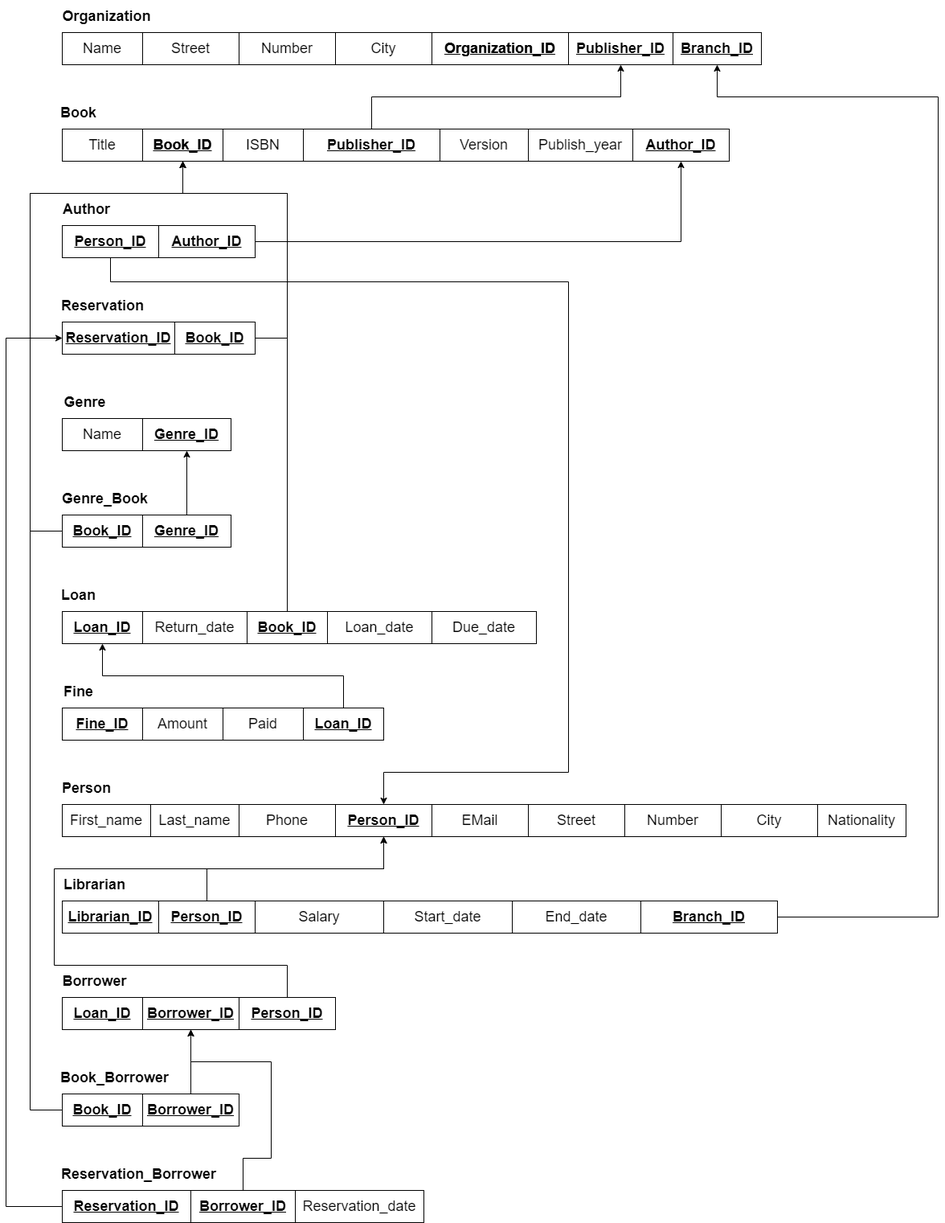
Above: Relational_Model/Relational Model - 3NF.png in YouAndMEME/sose23-database (draw.io), before the change. Source tidied: cells renumbered, new cells last; positions are measured from the earlier drawing's top-left corner, leaving out a move shared by most shapes.
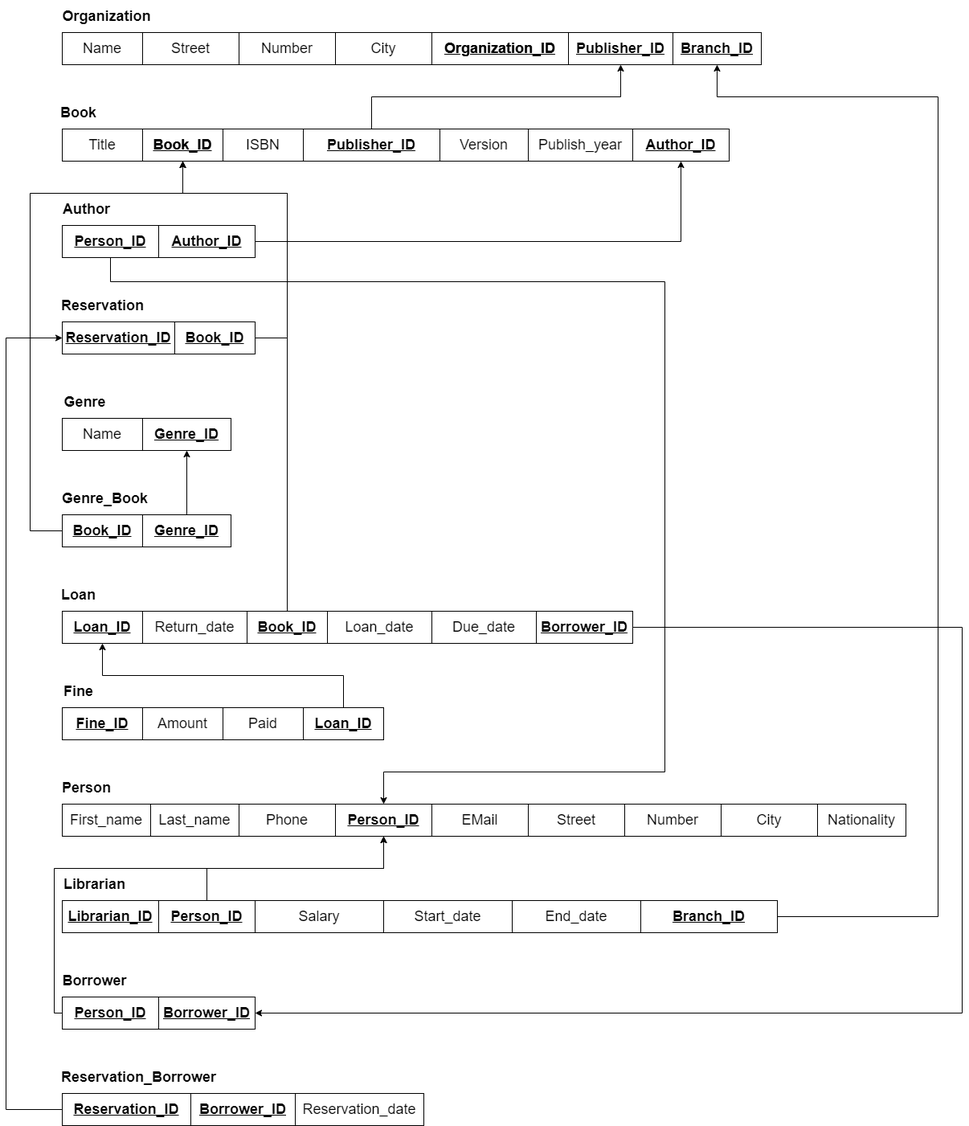
The same diagram one commit later.

Diff of the diagram source:
```diff
@@ -141,7 +141,7 @@
       <mxGeometry x="70" y="1120" width="120" height="40" as="geometry" />
     </mxCell>
     <mxCell id="41" value="Borrower_ID" style="whiteSpace=wrap;html=1;align=center;strokeColor=default;fontSize=18;fillColor=none;fontStyle=5;" parent="1" vertex="1">
-      <mxGeometry x="170" y="1240" width="120" height="40" as="geometry" />
+      <mxGeometry x="190" y="1240" width="120" height="40" as="geometry" />
     </mxCell>
     <mxCell id="42" style="edgeStyle=orthogonalEdgeStyle;rounded=0;jettySize=auto;html=1;entryX=0.5;entryY=1;entryDx=0;entryDy=0;fontSize=18;" parent="1" edge="1" source="43" target="14">
       <mxGeometry relative="1" as="geometry">
@@ -154,72 +154,37 @@
     <mxCell id="43" value="&lt;b&gt;Person_ID&lt;/b&gt;" style="whiteSpace=wrap;html=1;align=center;strokeColor=default;fontSize=18;fillColor=none;fontStyle=4;" parent="1" vertex="1">
       <mxGeometry x="190" y="1120" width="120" height="40" as="geometry" />
     </mxCell>
-    <mxCell id="44" style="edgeStyle=orthogonalEdgeStyle;rounded=0;jettySize=auto;html=1;exitX=0.5;exitY=0;exitDx=0;exitDy=0;entryX=0.5;entryY=1;entryDx=0;entryDy=0;fontSize=18;" parent="1" edge="1" source="45" target="14">
+    <mxCell id="44" style="edgeStyle=orthogonalEdgeStyle;rounded=0;jettySize=auto;html=1;exitX=0;exitY=0.5;exitDx=0;exitDy=0;entryX=0.5;entryY=1;entryDx=0;entryDy=0;fontSize=18;" parent="1" edge="1" source="45" target="14">
       <mxGeometry relative="1" as="geometry">
         <Array as="points">
-          <mxPoint x="350" y="1200" />
-          <mxPoint x="60" y="1200" />
+          <mxPoint x="60" y="1260" />
           <mxPoint x="60" y="1080" />
           <mxPoint x="470" y="1080" />
         </Array>
       </mxGeometry>
     </mxCell>
     <mxCell id="45" value="&lt;b&gt;Person_ID&lt;/b&gt;" style="whiteSpace=wrap;html=1;align=center;strokeColor=default;fontSize=18;fillColor=none;fontStyle=4;" parent="1" vertex="1">
-      <mxGeometry x="290" y="1240" width="120" height="40" as="geometry" />
+      <mxGeometry x="70" y="1240" width="120" height="40" as="geometry" />
     </mxCell>
-    <mxCell id="46" value="Loan_ID" style="whiteSpace=wrap;html=1;align=center;strokeColor=default;fontSize=18;fillColor=none;fontStyle=5;" parent="1" vertex="1">
-      <mxGeometry x="70" y="1240" width="100" height="40" as="geometry" />
-    </mxCell>
-    <mxCell id="47" value="Book_Borrower" style="text;strokeColor=none;fillColor=none;html=1;fontSize=18;fontStyle=1;verticalAlign=middle;align=center;" parent="1" vertex="1">
-      <mxGeometry x="80" y="1320" width="110" height="40" as="geometry" />
-    </mxCell>
-    <mxCell id="48" style="edgeStyle=orthogonalEdgeStyle;rounded=0;jettySize=auto;html=1;fontSize=18;entryX=0.5;entryY=1;entryDx=0;entryDy=0;" parent="1" edge="1" source="49" target="22">
-      <mxGeometry relative="1" as="geometry">
-        <Array as="points">
-          <mxPoint x="30" y="1380" />
-          <mxPoint x="30" y="240" />
-          <mxPoint x="220" y="240" />
-        </Array>
-      </mxGeometry>
-    </mxCell>
-    <mxCell id="49" value="Book_ID" style="whiteSpace=wrap;html=1;align=center;strokeColor=default;fontSize=18;fillColor=none;fontStyle=5;" parent="1" vertex="1">
-      <mxGeometry x="70" y="1360" width="100" height="40" as="geometry" />
-    </mxCell>
-    <mxCell id="50" style="edgeStyle=orthogonalEdgeStyle;rounded=0;jettySize=auto;html=1;entryX=0.5;entryY=1;entryDx=0;entryDy=0;fontSize=18;" parent="1" edge="1" source="51" target="41">
-      <mxGeometry relative="1" as="geometry" />
-    </mxCell>
-    <mxCell id="51" value="Borrower_ID" style="whiteSpace=wrap;html=1;align=center;strokeColor=default;fontSize=18;fillColor=none;fontStyle=5;" parent="1" vertex="1">
-      <mxGeometry x="170" y="1360" width="120" height="40" as="geometry" />
-    </mxCell>
     <mxCell id="52" value="Reservation_Borrower" style="text;strokeColor=none;fillColor=none;html=1;fontSize=18;fontStyle=1;verticalAlign=middle;align=center;" parent="1" vertex="1">
-      <mxGeometry x="110" y="1440" width="110" height="40" as="geometry" />
+      <mxGeometry x="110" y="1320" width="110" height="40" as="geometry" />
     </mxCell>
     <mxCell id="53" style="edgeStyle=orthogonalEdgeStyle;rounded=0;jettySize=auto;html=1;entryX=0;entryY=0.5;entryDx=0;entryDy=0;fontSize=18;" parent="1" edge="1" source="54" target="10">
       <mxGeometry relative="1" as="geometry">
         <Array as="points">
-          <mxPoint y="1500" />
+          <mxPoint y="1380" />
           <mxPoint y="420" />
         </Array>
       </mxGeometry>
     </mxCell>
     <mxCell id="54" value="Reservation_ID" style="whiteSpace=wrap;html=1;align=center;strokeColor=default;fontSize=18;fillColor=none;fontStyle=5;" parent="1" vertex="1">
-      <mxGeometry x="70" y="1480" width="160" height="40" as="geometry" />
+      <mxGeometry x="70" y="1360" width="160" height="40" as="geometry" />
     </mxCell>
-    <mxCell id="55" style="edgeStyle=orthogonalEdgeStyle;rounded=0;jettySize=auto;html=1;entryX=0.5;entryY=1;entryDx=0;entryDy=0;fontSize=18;exitX=0.5;exitY=0;exitDx=0;exitDy=0;" parent="1" edge="1" source="56" target="41">
-      <mxGeometry relative="1" as="geometry">
-        <Array as="points">
-          <mxPoint x="295" y="1440" />
-          <mxPoint x="330" y="1440" />
-          <mxPoint x="330" y="1320" />
-          <mxPoint x="230" y="1320" />
-        </Array>
-      </mxGeometry>
-    </mxCell>
     <mxCell id="56" value="Borrower_ID" style="whiteSpace=wrap;html=1;align=center;strokeColor=default;fontSize=18;fillColor=none;fontStyle=5;" parent="1" vertex="1">
-      <mxGeometry x="230" y="1480" width="130" height="40" as="geometry" />
+      <mxGeometry x="230" y="1360" width="130" height="40" as="geometry" />
     </mxCell>
     <mxCell id="57" value="Reservation_date" style="whiteSpace=wrap;html=1;align=center;strokeColor=default;fontSize=18;fillColor=none;" parent="1" vertex="1">
-      <mxGeometry x="360" y="1480" width="160" height="40" as="geometry" />
+      <mxGeometry x="360" y="1360" width="160" height="40" as="geometry" />
     </mxCell>
     <mxCell id="58" style="edgeStyle=orthogonalEdgeStyle;rounded=0;jettySize=auto;html=1;entryX=0.5;entryY=1;entryDx=0;entryDy=0;" parent="1" edge="1" source="59" target="17">
       <mxGeometry relative="1" as="geometry">
@@ -303,8 +268,8 @@
       <mxGeometry relative="1" as="geometry">
         <Array as="points">
           <mxPoint x="130" y="350" />
-          <mxPoint x="700" y="350" />
-          <mxPoint x="700" y="960" />
+          <mxPoint x="820" y="350" />
+          <mxPoint x="820" y="960" />
           <mxPoint x="470" y="960" />
         </Array>
       </mxGeometry>
@@ -324,5 +289,16 @@
     <mxCell id="85" value="Start_date" style="whiteSpace=wrap;html=1;align=center;strokeColor=default;fontSize=18;fillColor=none;" parent="1" vertex="1">
       <mxGeometry x="470" y="1120" width="160" height="40" as="geometry" />
     </mxCell>
+    <mxCell id="50" style="edgeStyle=orthogonalEdgeStyle;rounded=0;jettySize=auto;html=1;entryX=1;entryY=0.5;entryDx=0;entryDy=0;" parent="1" edge="1" source="51" target="41">
+      <mxGeometry relative="1" as="geometry">
+        <Array as="points">
+          <mxPoint x="1190" y="780" />
+          <mxPoint x="1190" y="1260" />
+        </Array>
+      </mxGeometry>
+    </mxCell>
+    <mxCell id="51" value="Borrower_ID" style="whiteSpace=wrap;html=1;align=center;strokeColor=default;fontSize=18;fillColor=none;fontStyle=5;" parent="1" vertex="1">
+      <mxGeometry x="660" y="760" width="120" height="40" as="geometry" />
+    </mxCell>
   </root>
 </mxGraphModel>
```
